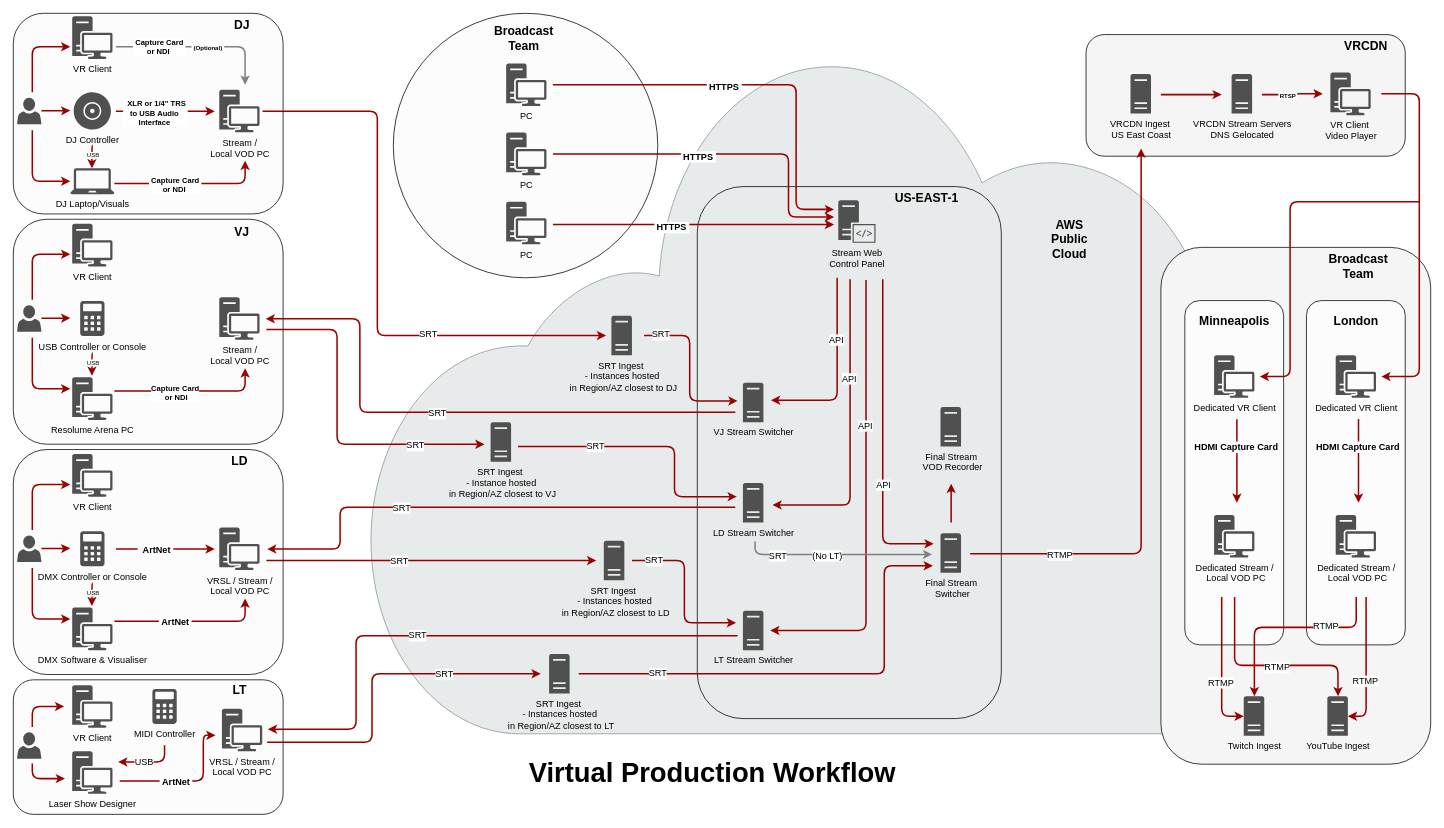
Before: vrproduction.drawio in towneh/audiovisualtips, a draw.io diagram. Source tidied: cells renumbered, new cells numbered last; positions are measured from the earlier drawing's top-left corner, leaving out a move shared by most shapes. Both pictures are drawn from the tidied source at 76%, with x=0, y=0 at pixel (13, 13).
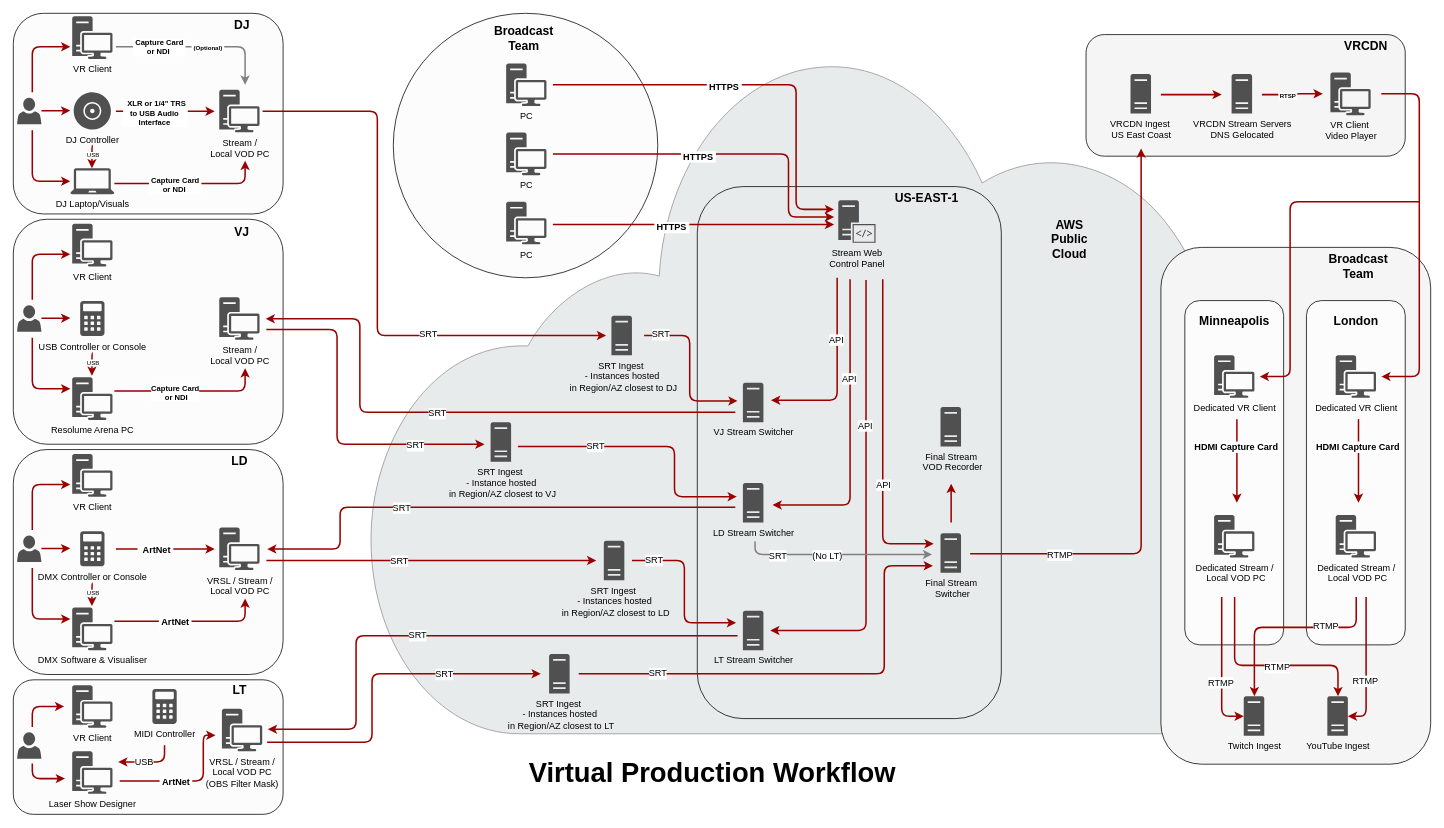
After the change.

What changed in the source:
```diff
@@
-    <mxCell id="149" value="VRSL / Stream / &lt;br&gt;Local VOD PC" style="sketch=0;shadow=0;dashed=0;html=1;strokeColor=none;fillColor=#505050;labelPosition=center;verticalLabelPosition=bottom;verticalAlign=top;align=center;shape=mxgraph.office.devices.workstation;" parent="1" vertex="1">
+    <mxCell id="149" value="VRSL / Stream / &lt;br&gt;&lt;div&gt;Local VOD PC&lt;/div&gt;&lt;div&gt;(OBS Filter Mask)&lt;br&gt;&lt;/div&gt;" style="sketch=0;shadow=0;dashed=0;html=1;strokeColor=none;fillColor=#505050;labelPosition=center;verticalLabelPosition=bottom;verticalAlign=top;align=center;shape=mxgraph.office.devices.workstation;" parent="1" vertex="1">
       <mxGeometry x="274.5" y="915" width="53" height="56" as="geometry" />
     </mxCell>
```
